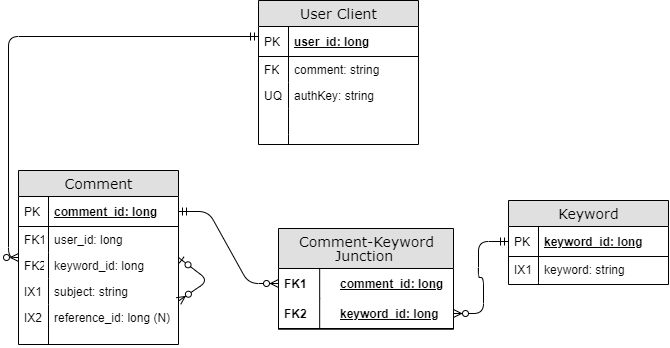
This is erd.png from team-lightbulb/team-lightbulb.github.io, a draw.io export, as it was before one commit. Source tidied: cells renumbered, new cells last; positions are measured from the earlier drawing's top-left corner, leaving out a move shared by most shapes.
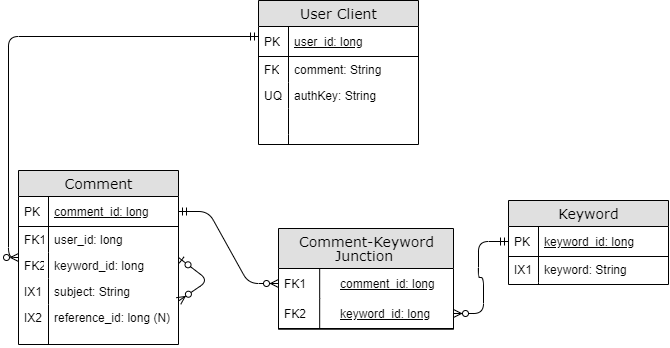
Later version of the same file.

Commit message:
erd bold and String fix

The edit, as a diff of the source:
```diff
@@ -5,13 +5,13 @@
     <mxCell id="2" value="Keyword" style="swimlane;html=1;fontStyle=0;horizontal=1;startSize=26;fillColor=#e0e0e0;swimlaneFillColor=#ffffff;align=center;rounded=0;shadow=0;comic=0;labelBackgroundColor=none;strokeWidth=1;fontFamily=Verdana;fontSize=14;swimlaneLine=1;" parent="1" vertex="1">
       <mxGeometry x="490" y="200" width="160" height="84" as="geometry" />
     </mxCell>
-    <mxCell id="3" value="keyword_id: long" style="shape=partialRectangle;top=0;left=0;right=0;bottom=1;html=1;align=left;verticalAlign=middle;fillColor=none;spacingLeft=34;spacingRight=4;whiteSpace=wrap;overflow=hidden;points=[[0,0.5],[1,0.5]];portConstraint=eastwest;fontStyle=5;" parent="2" vertex="1">
+    <mxCell id="3" value="&lt;span style=&quot;font-weight: normal&quot;&gt;keyword_id: long&lt;/span&gt;" style="shape=partialRectangle;top=0;left=0;right=0;bottom=1;html=1;align=left;verticalAlign=middle;fillColor=none;spacingLeft=34;spacingRight=4;whiteSpace=wrap;overflow=hidden;points=[[0,0.5],[1,0.5]];portConstraint=eastwest;fontStyle=5;" parent="2" vertex="1">
       <mxGeometry y="26" width="160" height="30" as="geometry" />
     </mxCell>
     <mxCell id="4" value="PK" style="shape=partialRectangle;top=0;left=0;bottom=0;html=1;fillColor=none;align=left;verticalAlign=middle;spacingLeft=4;spacingRight=4;whiteSpace=wrap;overflow=hidden;" parent="3" vertex="1">
       <mxGeometry width="30" height="30" as="geometry" />
     </mxCell>
-    <mxCell id="5" value="keyword: string" style="shape=partialRectangle;top=0;left=0;right=0;bottom=0;html=1;align=left;verticalAlign=top;fillColor=none;spacingLeft=34;spacingRight=4;whiteSpace=wrap;overflow=hidden;" parent="2" vertex="1">
+    <mxCell id="5" value="keyword: String" style="shape=partialRectangle;top=0;left=0;right=0;bottom=0;html=1;align=left;verticalAlign=top;fillColor=none;spacingLeft=34;spacingRight=4;whiteSpace=wrap;overflow=hidden;" parent="2" vertex="1">
       <mxGeometry y="56" width="160" height="26" as="geometry" />
     </mxCell>
     <mxCell id="6" value="IX1" style="shape=partialRectangle;top=0;left=0;bottom=0;html=1;fillColor=none;align=left;verticalAlign=top;spacingLeft=4;spacingRight=4;whiteSpace=wrap;overflow=hidden;" parent="5" vertex="1">
@@ -26,19 +26,19 @@
     <mxCell id="9" value="User Client" style="swimlane;html=1;fontStyle=0;horizontal=1;startSize=26;fillColor=#e0e0e0;swimlaneFillColor=#ffffff;align=center;rounded=0;shadow=0;comic=0;labelBackgroundColor=none;strokeWidth=1;fontFamily=Verdana;fontSize=14;" parent="1" vertex="1">
       <mxGeometry x="240" width="160" height="144" as="geometry" />
     </mxCell>
-    <mxCell id="10" value="user_id: long" style="shape=partialRectangle;top=0;left=0;right=0;bottom=1;html=1;align=left;verticalAlign=middle;fillColor=none;spacingLeft=34;spacingRight=4;whiteSpace=wrap;overflow=hidden;fontStyle=5;" parent="9" vertex="1">
+    <mxCell id="10" value="&lt;span style=&quot;font-weight: normal&quot;&gt;user_id: long&lt;/span&gt;" style="shape=partialRectangle;top=0;left=0;right=0;bottom=1;html=1;align=left;verticalAlign=middle;fillColor=none;spacingLeft=34;spacingRight=4;whiteSpace=wrap;overflow=hidden;fontStyle=5;" parent="9" vertex="1">
       <mxGeometry y="26" width="160" height="30" as="geometry" />
     </mxCell>
     <mxCell id="11" value="PK" style="shape=partialRectangle;top=0;left=0;bottom=0;html=1;fillColor=none;align=left;verticalAlign=middle;spacingLeft=4;spacingRight=4;whiteSpace=wrap;overflow=hidden;" parent="10" vertex="1">
       <mxGeometry width="30" height="30" as="geometry" />
     </mxCell>
-    <mxCell id="12" value="comment: string" style="shape=partialRectangle;top=0;left=0;right=0;bottom=0;html=1;align=left;verticalAlign=top;fillColor=none;spacingLeft=34;spacingRight=4;whiteSpace=wrap;overflow=hidden;" parent="9" vertex="1">
+    <mxCell id="12" value="comment: String" style="shape=partialRectangle;top=0;left=0;right=0;bottom=0;html=1;align=left;verticalAlign=top;fillColor=none;spacingLeft=34;spacingRight=4;whiteSpace=wrap;overflow=hidden;" parent="9" vertex="1">
       <mxGeometry y="56" width="160" height="26" as="geometry" />
     </mxCell>
     <mxCell id="13" value="FK" style="shape=partialRectangle;top=0;left=0;bottom=0;html=1;fillColor=none;align=left;verticalAlign=top;spacingLeft=4;spacingRight=4;whiteSpace=wrap;overflow=hidden;" parent="12" vertex="1">
       <mxGeometry width="30" height="26" as="geometry" />
     </mxCell>
-    <mxCell id="14" value="authKey: string" style="shape=partialRectangle;top=0;left=0;right=0;bottom=0;html=1;align=left;verticalAlign=top;fillColor=none;spacingLeft=34;spacingRight=4;whiteSpace=wrap;overflow=hidden;" parent="9" vertex="1">
+    <mxCell id="14" value="authKey: String" style="shape=partialRectangle;top=0;left=0;right=0;bottom=0;html=1;align=left;verticalAlign=top;fillColor=none;spacingLeft=34;spacingRight=4;whiteSpace=wrap;overflow=hidden;" parent="9" vertex="1">
       <mxGeometry y="82" width="160" height="26" as="geometry" />
     </mxCell>
     <mxCell id="15" value="UQ" style="shape=partialRectangle;top=0;left=0;bottom=0;html=1;fillColor=none;align=left;verticalAlign=top;spacingLeft=4;spacingRight=4;whiteSpace=wrap;overflow=hidden;" parent="14" vertex="1">
@@ -65,7 +65,7 @@
     <mxCell id="22" value="Comment" style="swimlane;html=1;fontStyle=0;horizontal=1;startSize=26;fillColor=#e0e0e0;swimlaneFillColor=#ffffff;align=center;rounded=0;shadow=0;comic=0;labelBackgroundColor=none;strokeWidth=1;fontFamily=Verdana;fontSize=14;" parent="1" vertex="1">
       <mxGeometry y="170" width="160" height="174" as="geometry" />
     </mxCell>
-    <mxCell id="23" value="comment_id: long" style="shape=partialRectangle;top=0;left=0;right=0;bottom=1;html=1;align=left;verticalAlign=middle;fillColor=none;spacingLeft=34;spacingRight=4;whiteSpace=wrap;overflow=hidden;points=[[0,0.5],[1,0.5]];portConstraint=eastwest;fontStyle=5;" parent="22" vertex="1">
+    <mxCell id="23" value="&lt;span style=&quot;font-weight: normal&quot;&gt;comment_id: long&lt;/span&gt;" style="shape=partialRectangle;top=0;left=0;right=0;bottom=1;html=1;align=left;verticalAlign=middle;fillColor=none;spacingLeft=34;spacingRight=4;whiteSpace=wrap;overflow=hidden;points=[[0,0.5],[1,0.5]];portConstraint=eastwest;fontStyle=5;" parent="22" vertex="1">
       <mxGeometry y="26" width="160" height="30" as="geometry" />
     </mxCell>
     <mxCell id="24" value="PK" style="shape=partialRectangle;top=0;left=0;bottom=0;html=1;fillColor=none;align=left;verticalAlign=middle;spacingLeft=4;spacingRight=4;whiteSpace=wrap;overflow=hidden;" parent="23" vertex="1">
@@ -83,7 +83,7 @@
     <mxCell id="28" value="FK2" style="shape=partialRectangle;top=0;left=0;bottom=0;html=1;fillColor=none;align=left;verticalAlign=top;spacingLeft=4;spacingRight=4;whiteSpace=wrap;overflow=hidden;" parent="27" vertex="1">
       <mxGeometry width="30" height="26" as="geometry" />
     </mxCell>
-    <mxCell id="29" value="subject: string" style="shape=partialRectangle;top=0;left=0;right=0;bottom=0;html=1;align=left;verticalAlign=top;fillColor=none;spacingLeft=34;spacingRight=4;whiteSpace=wrap;overflow=hidden;" parent="22" vertex="1">
+    <mxCell id="29" value="subject: String" style="shape=partialRectangle;top=0;left=0;right=0;bottom=0;html=1;align=left;verticalAlign=top;fillColor=none;spacingLeft=34;spacingRight=4;whiteSpace=wrap;overflow=hidden;" parent="22" vertex="1">
       <mxGeometry y="108" width="160" height="26" as="geometry" />
     </mxCell>
     <mxCell id="30" value="IX1" style="shape=partialRectangle;top=0;left=0;bottom=0;html=1;fillColor=none;align=left;verticalAlign=top;spacingLeft=4;spacingRight=4;whiteSpace=wrap;overflow=hidden;" parent="29" vertex="1">
@@ -101,16 +101,16 @@
     <mxCell id="34" value="&lt;p style=&quot;line-height: 100%&quot;&gt;Comment-Keyword&lt;br&gt;Junction&amp;nbsp;&lt;/p&gt;" style="swimlane;html=1;fontStyle=0;horizontal=1;startSize=40;fillColor=#e0e0e0;swimlaneFillColor=#ffffff;align=center;rounded=0;shadow=0;comic=0;labelBackgroundColor=none;strokeWidth=1;fontFamily=Verdana;fontSize=14;" parent="33" vertex="1">
       <mxGeometry width="175" height="100.7" as="geometry" />
     </mxCell>
-    <mxCell id="35" value="comment_id: long" style="shape=partialRectangle;top=0;left=0;right=0;bottom=0;html=1;align=left;verticalAlign=middle;fillColor=none;spacingLeft=60;spacingRight=4;whiteSpace=wrap;overflow=hidden;points=[[0,0.5],[1,0.5]];portConstraint=eastwest;fontStyle=5;" parent="34" vertex="1">
+    <mxCell id="35" value="&lt;span style=&quot;font-weight: normal&quot;&gt;comment_id: long&lt;/span&gt;" style="shape=partialRectangle;top=0;left=0;right=0;bottom=0;html=1;align=left;verticalAlign=middle;fillColor=none;spacingLeft=60;spacingRight=4;whiteSpace=wrap;overflow=hidden;points=[[0,0.5],[1,0.5]];portConstraint=eastwest;fontStyle=5;" parent="34" vertex="1">
       <mxGeometry y="40" width="175" height="30" as="geometry" />
     </mxCell>
-    <mxCell id="36" value="FK1" style="shape=partialRectangle;fontStyle=1;top=0;left=0;bottom=0;html=1;fillColor=none;align=left;verticalAlign=middle;spacingLeft=4;spacingRight=4;whiteSpace=wrap;overflow=hidden;" parent="35" vertex="1">
+    <mxCell id="36" value="&lt;span style=&quot;font-weight: normal&quot;&gt;FK1&lt;/span&gt;" style="shape=partialRectangle;fontStyle=1;top=0;left=0;bottom=0;html=1;fillColor=none;align=left;verticalAlign=middle;spacingLeft=4;spacingRight=4;whiteSpace=wrap;overflow=hidden;" parent="35" vertex="1">
       <mxGeometry width="41.2" height="30" as="geometry" />
     </mxCell>
-    <mxCell id="37" value="keyword_id: long" style="shape=partialRectangle;top=0;left=0;right=0;bottom=1;html=1;align=left;verticalAlign=middle;fillColor=none;spacingLeft=60;spacingRight=4;whiteSpace=wrap;overflow=hidden;points=[[0,0.5],[1,0.5]];portConstraint=eastwest;fontStyle=5;" parent="34" vertex="1">
+    <mxCell id="37" value="&lt;span style=&quot;font-weight: normal&quot;&gt;keyword_id: long&lt;/span&gt;" style="shape=partialRectangle;top=0;left=0;right=0;bottom=1;html=1;align=left;verticalAlign=middle;fillColor=none;spacingLeft=60;spacingRight=4;whiteSpace=wrap;overflow=hidden;points=[[0,0.5],[1,0.5]];portConstraint=eastwest;fontStyle=5;" parent="34" vertex="1">
       <mxGeometry y="70" width="175" height="30" as="geometry" />
     </mxCell>
-    <mxCell id="38" value="FK2" style="shape=partialRectangle;fontStyle=1;top=0;left=0;bottom=0;html=1;fillColor=none;align=left;verticalAlign=middle;spacingLeft=4;spacingRight=4;whiteSpace=wrap;overflow=hidden;" parent="37" vertex="1">
+    <mxCell id="38" value="&lt;span style=&quot;font-weight: normal&quot;&gt;FK2&lt;/span&gt;" style="shape=partialRectangle;fontStyle=1;top=0;left=0;bottom=0;html=1;fillColor=none;align=left;verticalAlign=middle;spacingLeft=4;spacingRight=4;whiteSpace=wrap;overflow=hidden;" parent="37" vertex="1">
       <mxGeometry width="41.2" height="30" as="geometry" />
     </mxCell>
     <mxCell id="39" style="edgeStyle=entityRelationEdgeStyle;fontSize=12;html=1;endArrow=ERmandOne;startArrow=ERzeroToMany;entryX=0;entryY=0.5;entryDx=0;entryDy=0;startFill=1;endFill=0;exitX=1;exitY=0.5;exitDx=0;exitDy=0;" parent="1" edge="1" source="37" target="3">
```
